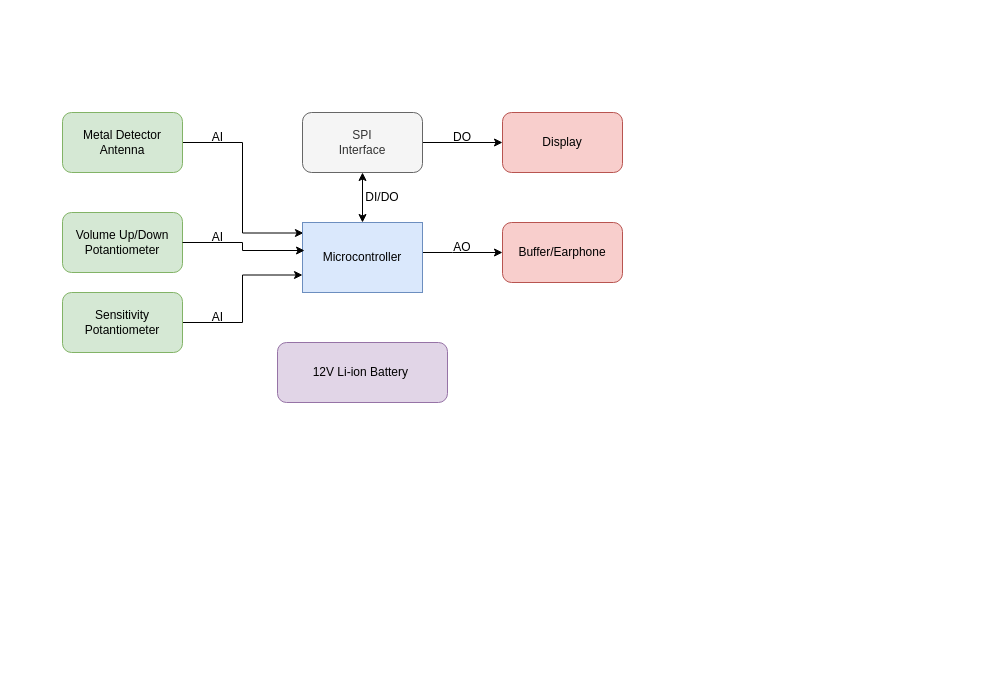
Before: Metal Dedektör.drawio in metevs09/Metal_Dedector, a draw.io diagram. Source tidied: cells renumbered, new cells numbered last; positions are measured from the earlier drawing's top-left corner, leaving out a move shared by most shapes. Both pictures are drawn from the tidied source at 100%, with x=0, y=0 at pixel (62, 112).
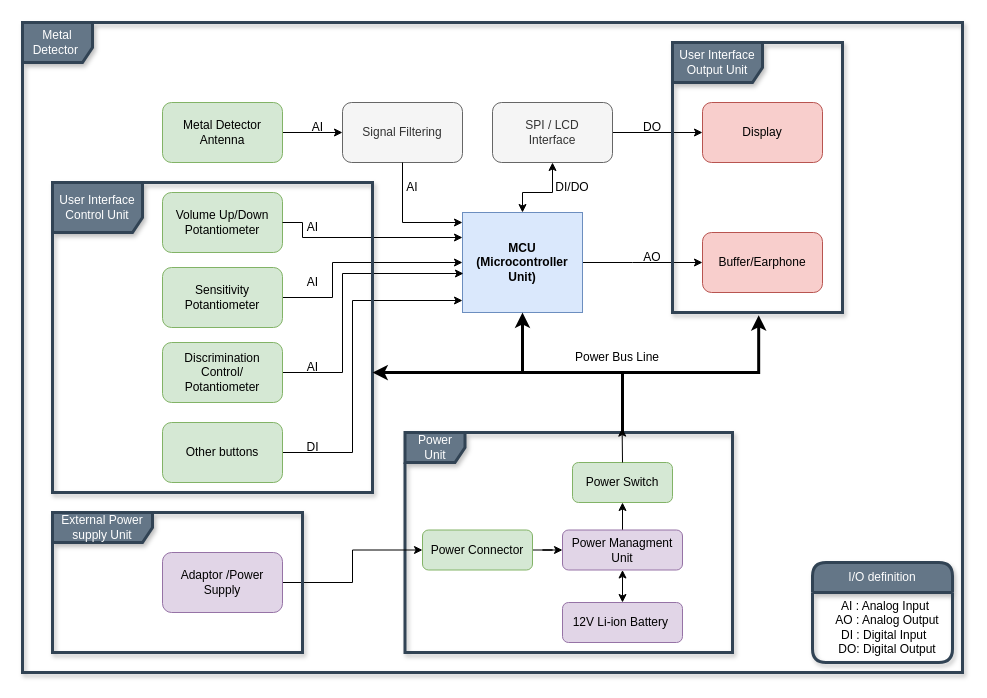
Above is the later version.

Diff of the diagram source:
```diff
@@
-    <mxCell id="2" style="edgeStyle=orthogonalEdgeStyle;rounded=0;jettySize=auto;html=1;entryX=0.008;entryY=0.15;entryDx=0;entryDy=0;entryPerimeter=0;" parent="1" edge="1" source="3" target="5">
-      <mxGeometry relative="1" as="geometry" />
-    </mxCell>
+    <mxCell id="22" style="edgeStyle=orthogonalEdgeStyle;rounded=0;jettySize=auto;html=1;" parent="1" edge="1" source="3" target="32">
+      <mxGeometry relative="1" as="geometry" />
+    </mxCell>
     <mxCell id="3" value="Metal Detector Antenna" style="rounded=1;whiteSpace=wrap;html=1;fillColor=#d5e8d4;strokeColor=#82b366;" parent="1" vertex="1">
-      <mxGeometry width="120" height="60" as="geometry" />
+      <mxGeometry x="100" y="-10" width="120" height="60" as="geometry" />
     </mxCell>
     <mxCell id="4" style="edgeStyle=orthogonalEdgeStyle;rounded=0;jettySize=auto;html=1;entryX=0;entryY=0.5;entryDx=0;entryDy=0;" parent="1" edge="1" source="5" target="8">
       <mxGeometry relative="1" as="geometry">
         <Array as="points">
-          <mxPoint x="390" y="140" />
-          <mxPoint x="390" y="140" />
+          <mxPoint x="570" y="150" />
+          <mxPoint x="570" y="150" />
         </Array>
       </mxGeometry>
     </mxCell>
-    <mxCell id="5" value="Microcontroller" style="rounded=0;whiteSpace=wrap;html=1;fillColor=#dae8fc;strokeColor=#6c8ebf;" parent="1" vertex="1">
-      <mxGeometry x="240" y="110" width="120" height="70" as="geometry" />
+    <mxCell id="5" value="&lt;b&gt;MCU &lt;br&gt;(Microcontroller Unit)&lt;/b&gt;" style="rounded=0;whiteSpace=wrap;html=1;fillColor=#dae8fc;strokeColor=#6c8ebf;" parent="1" vertex="1">
+      <mxGeometry x="400" y="100" width="120" height="100" as="geometry" />
     </mxCell>
     <mxCell id="6" value="12V Li-ion Battery&amp;nbsp;" style="rounded=1;whiteSpace=wrap;html=1;fillColor=#e1d5e7;strokeColor=#9673a6;" parent="1" vertex="1">
-      <mxGeometry x="215" y="230" width="170" height="60" as="geometry" />
+      <mxGeometry x="500" y="490" width="120" height="40" as="geometry" />
     </mxCell>
     <mxCell id="7" value="Display" style="rounded=1;whiteSpace=wrap;html=1;fillColor=#f8cecc;strokeColor=#b85450;" parent="1" vertex="1">
-      <mxGeometry x="440" width="120" height="60" as="geometry" />
+      <mxGeometry x="640" y="-10" width="120" height="60" as="geometry" />
     </mxCell>
     <mxCell id="8" value="Buffer/Earphone" style="rounded=1;whiteSpace=wrap;html=1;fillColor=#f8cecc;strokeColor=#b85450;" parent="1" vertex="1">
-      <mxGeometry x="440" y="110" width="120" height="60" as="geometry" />
+      <mxGeometry x="640" y="120" width="120" height="60" as="geometry" />
     </mxCell>
@@
-    <mxCell id="10" value="SPI &lt;br&gt;Interface" style="rounded=1;whiteSpace=wrap;html=1;fillColor=#f5f5f5;fontColor=#333333;strokeColor=#666666;" parent="1" vertex="1">
-      <mxGeometry x="240" width="120" height="60" as="geometry" />
+    <mxCell id="10" value="SPI / LCD&lt;br&gt;Interface" style="rounded=1;whiteSpace=wrap;html=1;fillColor=#f5f5f5;fontColor=#333333;strokeColor=#666666;" parent="1" vertex="1">
+      <mxGeometry x="430" y="-10" width="120" height="60" as="geometry" />
     </mxCell>
     <mxCell id="11" value="AI" style="text;html=1;align=center;verticalAlign=middle;strokeColor=none;fillColor=none;" parent="1" vertex="1">
-      <mxGeometry x="140" y="10" width="30" height="30" as="geometry" />
+      <mxGeometry x="240" width="30" height="30" as="geometry" />
     </mxCell>
     <mxCell id="12" value="AI" style="text;html=1;align=center;verticalAlign=middle;strokeColor=none;fillColor=none;" parent="1" vertex="1">
-      <mxGeometry x="140" y="110" width="30" height="30" as="geometry" />
+      <mxGeometry x="235" y="100" width="30" height="30" as="geometry" />
     </mxCell>
     <mxCell id="13" value="AO" style="text;html=1;strokeColor=none;fillColor=none;align=center;verticalAlign=middle;whiteSpace=wrap;rounded=0;" parent="1" vertex="1">
-      <mxGeometry x="370" y="130" width="60" height="10" as="geometry" />
+      <mxGeometry x="560" y="140" width="60" height="10" as="geometry" />
     </mxCell>
     <mxCell id="14" value="DO" style="text;html=1;strokeColor=none;fillColor=none;align=center;verticalAlign=middle;whiteSpace=wrap;rounded=0;" parent="1" vertex="1">
-      <mxGeometry x="370" y="20" width="60" height="10" as="geometry" />
+      <mxGeometry x="560" y="10" width="60" height="10" as="geometry" />
     </mxCell>
     <mxCell id="15" value="DI/DO" style="text;html=1;strokeColor=none;fillColor=none;align=center;verticalAlign=middle;whiteSpace=wrap;rounded=0;" parent="1" vertex="1">
-      <mxGeometry x="290" y="80" width="60" height="10" as="geometry" />
+      <mxGeometry x="480" y="70" width="60" height="10" as="geometry" />
     </mxCell>
     <mxCell id="16" value="Volume Up/Down&lt;br&gt;Potantiometer" style="rounded=1;whiteSpace=wrap;html=1;fillColor=#d5e8d4;strokeColor=#82b366;" parent="1" vertex="1">
-      <mxGeometry y="100" width="120" height="60" as="geometry" />
+      <mxGeometry x="100" y="80" width="120" height="60" as="geometry" />
     </mxCell>
-    <mxCell id="17" style="edgeStyle=orthogonalEdgeStyle;rounded=0;jettySize=auto;html=1;entryX=0;entryY=0.75;entryDx=0;entryDy=0;" parent="1" edge="1" source="18" target="5">
-      <mxGeometry relative="1" as="geometry" />
+    <mxCell id="17" style="edgeStyle=orthogonalEdgeStyle;rounded=0;jettySize=auto;html=1;" parent="1" edge="1" source="18">
+      <mxGeometry relative="1" as="geometry">
+        <mxPoint x="400" y="150" as="targetPoint" />
+        <Array as="points">
+          <mxPoint x="270" y="185" />
+          <mxPoint x="270" y="150" />
+        </Array>
+      </mxGeometry>
     </mxCell>
     <mxCell id="18" value="Sensitivity Potantiometer" style="rounded=1;whiteSpace=wrap;html=1;fillColor=#d5e8d4;strokeColor=#82b366;" parent="1" vertex="1">
-      <mxGeometry y="180" width="120" height="60" as="geometry" />
+      <mxGeometry x="100" y="155" width="120" height="60" as="geometry" />
     </mxCell>
-    <mxCell id="19" style="edgeStyle=orthogonalEdgeStyle;rounded=0;jettySize=auto;html=1;exitX=1;exitY=0.5;exitDx=0;exitDy=0;entryX=0.017;entryY=0.4;entryDx=0;entryDy=0;entryPerimeter=0;" parent="1" edge="1" source="16" target="5">
-      <mxGeometry relative="1" as="geometry" />
+    <mxCell id="19" style="edgeStyle=orthogonalEdgeStyle;rounded=0;jettySize=auto;html=1;exitX=1;exitY=0.5;exitDx=0;exitDy=0;entryX=0;entryY=0.25;entryDx=0;entryDy=0;" parent="1" edge="1" source="16" target="5">
+      <mxGeometry relative="1" as="geometry">
+        <Array as="points">
+          <mxPoint x="240" y="110" />
+          <mxPoint x="240" y="125" />
+        </Array>
+      </mxGeometry>
     </mxCell>
     <mxCell id="20" value="AI" style="text;html=1;align=center;verticalAlign=middle;strokeColor=none;fillColor=none;" parent="1" vertex="1">
-      <mxGeometry x="140" y="190" width="30" height="30" as="geometry" />
+      <mxGeometry x="235" y="155" width="30" height="30" as="geometry" />
     </mxCell>
     <mxCell id="21" style="endArrow=classic;startArrow=classic;html=1;rounded=0;entryX=0.5;entryY=1;entryDx=0;entryDy=0;exitX=0.5;exitY=0;exitDx=0;exitDy=0;" parent="1" edge="1" source="5" target="10">
-      <mxGeometry relative="1" as="geometry" />
+      <mxGeometry relative="1" as="geometry">
+        <Array as="points">
+          <mxPoint x="460" y="80" />
+          <mxPoint x="490" y="80" />
+        </Array>
+      </mxGeometry>
     </mxCell>
+    <mxCell id="23" style="edgeStyle=orthogonalEdgeStyle;rounded=0;jettySize=auto;html=1;exitX=1;exitY=0.5;exitDx=0;exitDy=0;entryX=0.008;entryY=0.61;entryDx=0;entryDy=0;entryPerimeter=0;" parent="1" edge="1" source="24" target="5">
+      <mxGeometry relative="1" as="geometry">
+        <Array as="points">
+          <mxPoint x="280" y="260" />
+          <mxPoint x="280" y="161" />
+        </Array>
+      </mxGeometry>
+    </mxCell>
+    <mxCell id="24" value="Discrimination Control/ Potantiometer" style="rounded=1;whiteSpace=wrap;html=1;fillColor=#d5e8d4;strokeColor=#82b366;" parent="1" vertex="1">
+      <mxGeometry x="100" y="230" width="120" height="60" as="geometry" />
+    </mxCell>
+    <mxCell id="25" value="AI" style="text;html=1;align=center;verticalAlign=middle;strokeColor=none;fillColor=none;" parent="1" vertex="1">
+      <mxGeometry x="235" y="240" width="30" height="30" as="geometry" />
+    </mxCell>
+    <mxCell id="26" style="edgeStyle=orthogonalEdgeStyle;rounded=0;jettySize=auto;html=1;entryX=0;entryY=0.88;entryDx=0;entryDy=0;entryPerimeter=0;" parent="1" edge="1" source="27" target="5">
+      <mxGeometry relative="1" as="geometry">
+        <Array as="points">
+          <mxPoint x="290" y="340" />
+          <mxPoint x="290" y="188" />
+        </Array>
+      </mxGeometry>
+    </mxCell>
+    <mxCell id="27" value="Other buttons" style="rounded=1;whiteSpace=wrap;html=1;fillColor=#d5e8d4;strokeColor=#82b366;" parent="1" vertex="1">
+      <mxGeometry x="100" y="310" width="120" height="60" as="geometry" />
+    </mxCell>
+    <mxCell id="28" value="DI" style="text;html=1;align=center;verticalAlign=middle;strokeColor=none;fillColor=none;" parent="1" vertex="1">
+      <mxGeometry x="230" y="320" width="40" height="30" as="geometry" />
+    </mxCell>
+    <mxCell id="29" value="Metal Detector&amp;nbsp;" style="shape=umlFrame;whiteSpace=wrap;html=1;fillColor=#647687;strokeColor=#314354;strokeWidth=3;shadow=1;fontColor=#ffffff;width=70;height=40;" parent="1" vertex="1">
+      <mxGeometry x="-40" y="-90" width="940" height="650" as="geometry" />
+    </mxCell>
+    <mxCell id="30" value="I/O definition" style="swimlane;fontStyle=0;horizontal=1;startSize=30;whiteSpace=wrap;html=1;strokeWidth=3;fillColor=#647687;fontColor=#ffffff;strokeColor=#314354;glass=0;shadow=1;rounded=1;" parent="1" vertex="1">
+      <mxGeometry x="750" y="450" width="140" height="100" as="geometry" />
+    </mxCell>
+    <mxCell id="31" value="&amp;nbsp; AI : Analog Input&lt;br&gt;&amp;nbsp; &amp;nbsp;AO : Analog Output&lt;br&gt;&amp;nbsp;DI : Digital Input&lt;br&gt;&amp;nbsp; &amp;nbsp;DO: Digital Output" style="text;html=1;strokeColor=none;fillColor=none;align=center;verticalAlign=middle;whiteSpace=wrap;rounded=0;" parent="30" vertex="1">
+      <mxGeometry y="30" width="140" height="70" as="geometry" />
+    </mxCell>
+    <mxCell id="32" value="Signal Filtering" style="rounded=1;whiteSpace=wrap;html=1;fillColor=#f5f5f5;fontColor=#333333;strokeColor=#666666;" parent="1" vertex="1">
+      <mxGeometry x="280" y="-10" width="120" height="60" as="geometry" />
+    </mxCell>
+    <mxCell id="33" style="edgeStyle=orthogonalEdgeStyle;rounded=0;jettySize=auto;html=1;exitX=0.5;exitY=1;exitDx=0;exitDy=0;entryX=0;entryY=0.1;entryDx=0;entryDy=0;entryPerimeter=0;" parent="1" edge="1" source="32" target="5">
+      <mxGeometry relative="1" as="geometry">
+        <Array as="points">
+          <mxPoint x="340" y="110" />
+        </Array>
+      </mxGeometry>
+    </mxCell>
+    <mxCell id="34" value="AI" style="text;html=1;strokeColor=none;fillColor=none;align=center;verticalAlign=middle;whiteSpace=wrap;rounded=0;" parent="1" vertex="1">
+      <mxGeometry x="340" y="60" width="20" height="30" as="geometry" />
+    </mxCell>
+    <mxCell id="35" value="User Interface&lt;br&gt;Control Unit" style="shape=umlFrame;whiteSpace=wrap;html=1;width=90;height=50;fillColor=#647687;fontColor=#ffffff;strokeColor=#314354;strokeWidth=3;perimeterSpacing=0;shadow=1;" parent="1" vertex="1">
+      <mxGeometry x="-10" y="70" width="320" height="310" as="geometry" />
+    </mxCell>
+    <mxCell id="36" value="User Interface&lt;br&gt;Output Unit" style="shape=umlFrame;whiteSpace=wrap;html=1;strokeWidth=3;fillColor=#647687;fontColor=#ffffff;strokeColor=#314354;shadow=1;width=90;height=40;" parent="1" vertex="1">
+      <mxGeometry x="610" y="-70" width="170" height="270" as="geometry" />
+    </mxCell>
+    <mxCell id="37" style="edgeStyle=orthogonalEdgeStyle;rounded=0;jettySize=auto;html=1;strokeWidth=3;" parent="1" edge="1" source="38" target="5">
+      <mxGeometry relative="1" as="geometry">
+        <Array as="points">
+          <mxPoint x="560" y="260" />
+          <mxPoint x="460" y="260" />
+        </Array>
+      </mxGeometry>
+    </mxCell>
+    <mxCell id="38" value="Power Unit" style="shape=umlFrame;whiteSpace=wrap;html=1;strokeWidth=3;fillColor=#647687;fontColor=#ffffff;strokeColor=#314354;shadow=1;" parent="1" vertex="1">
+      <mxGeometry x="342.5" y="320" width="327.5" height="220" as="geometry" />
+    </mxCell>
+    <mxCell id="39" value="Power Switch" style="rounded=1;whiteSpace=wrap;html=1;fillColor=#d5e8d4;strokeColor=#82b366;" parent="1" vertex="1">
+      <mxGeometry x="510" y="350" width="100" height="40" as="geometry" />
+    </mxCell>
+    <mxCell id="40" style="edgeStyle=orthogonalEdgeStyle;rounded=0;jettySize=auto;html=1;exitX=0.5;exitY=0;exitDx=0;exitDy=0;entryX=0.5;entryY=1;entryDx=0;entryDy=0;" parent="1" edge="1" source="41" target="39">
+      <mxGeometry relative="1" as="geometry" />
+    </mxCell>
+    <mxCell id="41" value="Power Managment Unit" style="rounded=1;whiteSpace=wrap;html=1;fillColor=#e1d5e7;strokeColor=#9673a6;" parent="1" vertex="1">
+      <mxGeometry x="500" y="417.5" width="120" height="40" as="geometry" />
+    </mxCell>
+    <mxCell id="42" style="endArrow=classic;startArrow=classic;html=1;rounded=0;entryX=0.5;entryY=1;entryDx=0;entryDy=0;exitX=0.5;exitY=0;exitDx=0;exitDy=0;" parent="1" edge="1" source="6" target="41">
+      <mxGeometry relative="1" as="geometry" />
+    </mxCell>
+    <mxCell id="43" style="edgeStyle=orthogonalEdgeStyle;rounded=0;jettySize=auto;html=1;entryX=0.507;entryY=1.01;entryDx=0;entryDy=0;entryPerimeter=0;strokeWidth=3;" parent="1" edge="1" source="38" target="36">
+      <mxGeometry relative="1" as="geometry">
+        <Array as="points">
+          <mxPoint x="560" y="260" />
+          <mxPoint x="696" y="260" />
+        </Array>
+      </mxGeometry>
+    </mxCell>
+    <mxCell id="44" style="edgeStyle=orthogonalEdgeStyle;rounded=0;jettySize=auto;html=1;jumpSize=6;strokeWidth=3;entryX=1;entryY=0.613;entryDx=0;entryDy=0;entryPerimeter=0;" parent="1" edge="1" source="38" target="35">
+      <mxGeometry relative="1" as="geometry">
+        <Array as="points">
+          <mxPoint x="560" y="260" />
+        </Array>
+      </mxGeometry>
+    </mxCell>
+    <mxCell id="45" value="Power Bus Line" style="text;html=1;strokeColor=none;fillColor=none;align=center;verticalAlign=middle;whiteSpace=wrap;rounded=0;" parent="1" vertex="1">
+      <mxGeometry x="510" y="230" width="90" height="30" as="geometry" />
+    </mxCell>
+    <mxCell id="46" style="edgeStyle=orthogonalEdgeStyle;rounded=0;jettySize=auto;html=1;" parent="1" edge="1" source="47" target="41">
+      <mxGeometry relative="1" as="geometry" />
+    </mxCell>
+    <mxCell id="47" value="Power Connector" style="rounded=1;whiteSpace=wrap;html=1;fillColor=#d5e8d4;strokeColor=#82b366;" parent="1" vertex="1">
+      <mxGeometry x="360" y="417.5" width="110" height="40" as="geometry" />
+    </mxCell>
+    <mxCell id="48" style="edgeStyle=orthogonalEdgeStyle;rounded=0;jettySize=auto;html=1;exitX=0.5;exitY=0;exitDx=0;exitDy=0;entryX=0.663;entryY=-0.02;entryDx=0;entryDy=0;entryPerimeter=0;" parent="1" edge="1" source="39" target="38">
+      <mxGeometry relative="1" as="geometry" />
+    </mxCell>
+    <mxCell id="49" style="edgeStyle=orthogonalEdgeStyle;rounded=0;jettySize=auto;html=1;entryX=0;entryY=0.5;entryDx=0;entryDy=0;" parent="1" edge="1" source="50" target="47">
+      <mxGeometry relative="1" as="geometry" />
+    </mxCell>
+    <mxCell id="50" value="Adaptor /Power Supply" style="rounded=1;whiteSpace=wrap;html=1;fillColor=#e1d5e7;strokeColor=#9673a6;" parent="1" vertex="1">
+      <mxGeometry x="100" y="440" width="120" height="60" as="geometry" />
+    </mxCell>
+    <mxCell id="51" value="External Power supply Unit" style="shape=umlFrame;whiteSpace=wrap;html=1;width=100;height=30;strokeWidth=3;fillColor=#647687;fontColor=#ffffff;strokeColor=#314354;shadow=1;" parent="1" vertex="1">
+      <mxGeometry x="-10" y="400" width="250" height="140" as="geometry" />
+    </mxCell>
```
